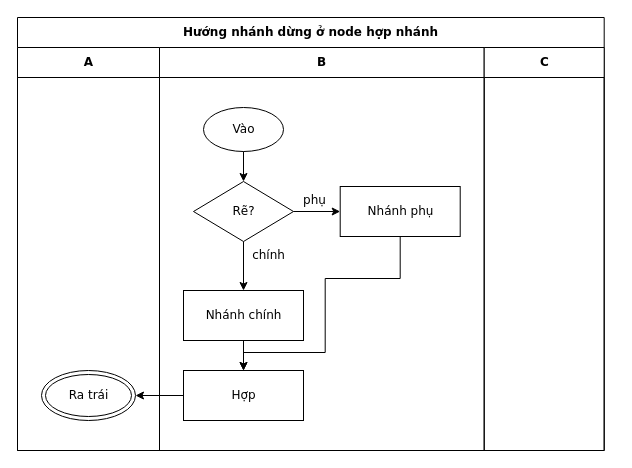
This is conformance/golden/cases/43-place-drift-stops-at-merge.drawio from luytbq/flowcast, a draw.io file, before an edit. Source tidied: cells renumbered, new cells numbered last; positions are measured from the earlier drawing's top-left corner, leaving out a move shared by most shapes. Both pictures are drawn from the tidied source at 100%, with x=0, y=0 at pixel (17, 17).
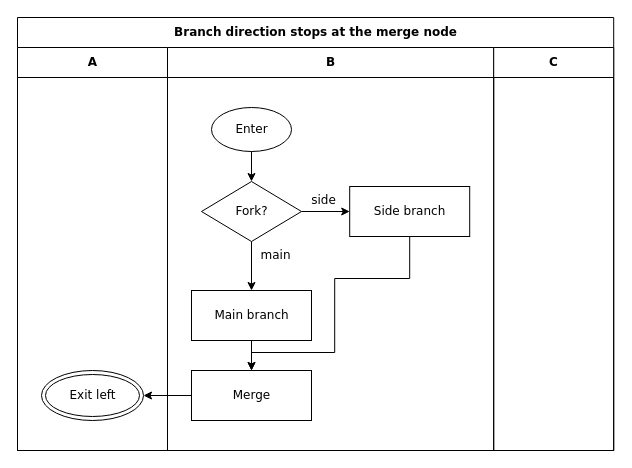
The same page after the edit.

What changed in the source:
```diff
@@
-    <mxCell id="2" value="Hướng nhánh dừng ở node hợp nhánh" style="swimlane;html=1;startSize=30;fontStyle=1;fontFamily=Verdana;fontSize=12;flowtable=1;" parent="1" vertex="1">
-      <mxGeometry width="586.7" height="433" as="geometry" />
+    <mxCell id="2" value="Branch direction stops at the merge node" style="swimlane;html=1;startSize=30;fontStyle=1;fontFamily=Verdana;fontSize=12;flowtable=1;" parent="1" vertex="1">
+      <mxGeometry width="596.2" height="433" as="geometry" />
     </mxCell>
     <mxCell id="3" value="A" style="swimlane;html=1;startSize=30;fontFamily=Verdana;fontSize=12;flowtable=1;" parent="2" vertex="1">
-      <mxGeometry y="30" width="142" height="403" as="geometry" />
+      <mxGeometry y="30" width="150" height="403" as="geometry" />
     </mxCell>
     <mxCell id="4" value="B" style="swimlane;html=1;startSize=30;fontFamily=Verdana;fontSize=12;flowtable=1;" parent="2" vertex="1">
-      <mxGeometry x="142" y="30" width="324.7" height="403" as="geometry" />
+      <mxGeometry x="150" y="30" width="326.2" height="403" as="geometry" />
     </mxCell>
     <mxCell id="5" value="C" style="swimlane;html=1;startSize=30;fontFamily=Verdana;fontSize=12;flowtable=1;" parent="2" vertex="1">
-      <mxGeometry x="466.7" y="30" width="120" height="403" as="geometry" />
+      <mxGeometry x="476.2" y="30" width="120" height="403" as="geometry" />
     </mxCell>
-    <mxCell id="6" value="Vào" style="ellipse;html=1;fontFamily=Verdana;fontSize=12;flowtable=1;" parent="4" vertex="1">
+    <mxCell id="6" value="Enter" style="ellipse;html=1;fontFamily=Verdana;fontSize=12;flowtable=1;" parent="4" vertex="1">
       <mxGeometry x="44" y="60" width="80" height="44" as="geometry" />
     </mxCell>
-    <mxCell id="7" value="Rẽ?" style="rhombus;html=1;fontFamily=Verdana;fontSize=12;flowtable=1;" parent="4" vertex="1">
+    <mxCell id="7" value="Fork?" style="rhombus;html=1;fontFamily=Verdana;fontSize=12;flowtable=1;" parent="4" vertex="1">
       <mxGeometry x="34" y="134" width="100" height="60" as="geometry" />
     </mxCell>
-    <mxCell id="8" value="Nhánh phụ" style="rounded=0;html=1;fontFamily=Verdana;fontSize=12;flowtable=1;" parent="4" vertex="1">
-      <mxGeometry x="180.7" y="139" width="120" height="50" as="geometry" />
+    <mxCell id="8" value="Side branch" style="rounded=0;html=1;fontFamily=Verdana;fontSize=12;flowtable=1;" parent="4" vertex="1">
+      <mxGeometry x="182.2" y="139" width="120" height="50" as="geometry" />
     </mxCell>
-    <mxCell id="9" value="Nhánh chính" style="rounded=0;html=1;fontFamily=Verdana;fontSize=12;flowtable=1;" parent="4" vertex="1">
+    <mxCell id="9" value="Main branch" style="rounded=0;html=1;fontFamily=Verdana;fontSize=12;flowtable=1;" parent="4" vertex="1">
       <mxGeometry x="24" y="243" width="120" height="50" as="geometry" />
     </mxCell>
-    <mxCell id="10" value="Hợp" style="rounded=0;html=1;fontFamily=Verdana;fontSize=12;flowtable=1;" parent="4" vertex="1">
+    <mxCell id="10" value="Merge" style="rounded=0;html=1;fontFamily=Verdana;fontSize=12;flowtable=1;" parent="4" vertex="1">
       <mxGeometry x="24" y="323" width="120" height="50" as="geometry" />
     </mxCell>
-    <mxCell id="11" value="Ra trái" style="shape=doubleEllipse;html=1;fontFamily=Verdana;fontSize=12;flowtable=1;" parent="3" vertex="1">
-      <mxGeometry x="24" y="323" width="94" height="50" as="geometry" />
+    <mxCell id="11" value="Exit left" style="shape=doubleEllipse;html=1;fontFamily=Verdana;fontSize=12;flowtable=1;" parent="3" vertex="1">
+      <mxGeometry x="24" y="323" width="102" height="50" as="geometry" />
     </mxCell>
@@
-    <mxCell id="13" value="phụ" style="edgeStyle=orthogonalEdgeStyle;rounded=0;jettySize=auto;html=1;labelBackgroundColor=default;exitX=1;exitY=0.5;exitDx=0;exitDy=0;entryX=0;entryY=0.5;entryDx=0;entryDy=0;fontFamily=Verdana;fontSize=12;flowtable=1;" parent="2" edge="1" source="7" target="8">
-      <mxGeometry x="-0.09" relative="1" as="geometry">
+    <mxCell id="13" value="side" style="edgeStyle=orthogonalEdgeStyle;rounded=0;jettySize=auto;html=1;labelBackgroundColor=default;exitX=1;exitY=0.5;exitDx=0;exitDy=0;entryX=0;entryY=0.5;entryDx=0;entryDy=0;fontFamily=Verdana;fontSize=12;flowtable=1;" parent="2" edge="1" source="7" target="8">
+      <mxGeometry x="-0.08" relative="1" as="geometry">
         <mxPoint y="-11.5" as="offset" />
       </mxGeometry>
     </mxCell>
-    <mxCell id="14" value="chính" style="edgeStyle=orthogonalEdgeStyle;rounded=0;jettySize=auto;html=1;labelBackgroundColor=default;exitX=0.5;exitY=1;exitDx=0;exitDy=0;entryX=0.5;entryY=0;entryDx=0;entryDy=0;fontFamily=Verdana;fontSize=12;flowtable=1;" parent="2" edge="1" source="7" target="9">
+    <mxCell id="14" value="main" style="edgeStyle=orthogonalEdgeStyle;rounded=0;jettySize=auto;html=1;labelBackgroundColor=default;exitX=0.5;exitY=1;exitDx=0;exitDy=0;entryX=0.5;entryY=0;entryDx=0;entryDy=0;fontFamily=Verdana;fontSize=12;flowtable=1;" parent="2" edge="1" source="7" target="9">
       <mxGeometry x="-0.41" relative="1" as="geometry">
-        <mxPoint x="25.2" as="offset" />
+        <mxPoint x="23.9" as="offset" />
       </mxGeometry>
     </mxCell>
     <mxCell id="15" style="edgeStyle=orthogonalEdgeStyle;rounded=0;jettySize=auto;html=1;labelBackgroundColor=default;exitX=0.5;exitY=1;exitDx=0;exitDy=0;entryX=0.5;entryY=0;entryDx=0;entryDy=0;fontFamily=Verdana;fontSize=12;flowtable=1;" parent="2" edge="1" source="8" target="10">
       <mxGeometry relative="1" as="geometry">
         <Array as="points">
-          <mxPoint x="382.7" y="261" />
-          <mxPoint x="307.7" y="261" />
-          <mxPoint x="307.7" y="335" />
-          <mxPoint x="226" y="335" />
+          <mxPoint x="392.2" y="261" />
+          <mxPoint x="317.2" y="261" />
+          <mxPoint x="317.2" y="335" />
+          <mxPoint x="234" y="335" />
         </Array>
       </mxGeometry>
     </mxCell>
```
